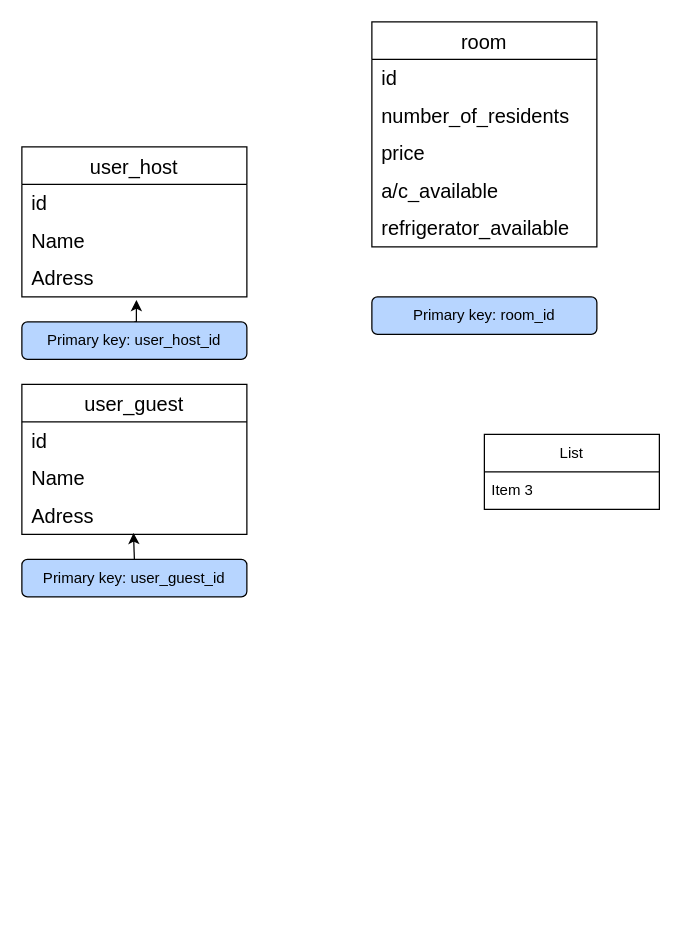
Above: Untitled Diagram.drawio in mtevosian/Python_Projector (draw.io), before the change. Source tidied: cells renumbered, new cells numbered last; positions are measured from the earlier drawing's top-left corner, leaving out a move shared by most shapes. Both pictures are drawn from the tidied source at 125%, with x=0, y=0 at pixel (21, 21).
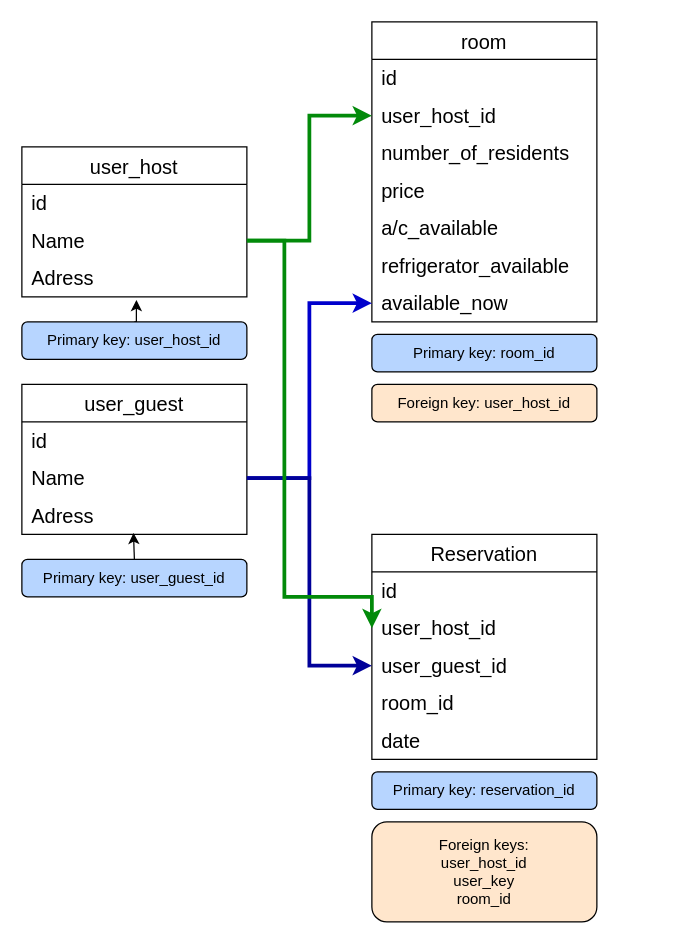
Above is the later version.

Unchanged cells that the change refers to:
```xml
<mxCell id="5" style="shape=tableRow;horizontal=0;startSize=0;swimlaneHead=0;swimlaneBody=0;top=0;left=0;bottom=0;right=0;fillColor=none;points=[[0,0.5],[1,0.5]];portConstraint=eastwest;strokeColor=inherit;fontSize=16;" parent="2" vertex="1">
  <mxGeometry y="60" width="180" height="30" as="geometry" />
</mxCell>
<mxCell id="14" style="shape=tableRow;horizontal=0;startSize=0;swimlaneHead=0;swimlaneBody=0;top=0;left=0;bottom=0;right=0;fillColor=none;points=[[0,0.5],[1,0.5]];portConstraint=eastwest;strokeColor=inherit;fontSize=16;" parent="11" vertex="1">
  <mxGeometry y="60" width="180" height="30" as="geometry" />
</mxCell>
```

Change to the diagram source:
```diff
@@
     <mxCell id="20" value="room" style="shape=table;startSize=30;childLayout=tableLayout;rowLines=0;fontStyle=0;strokeColor=default;fontSize=16;" parent="1" vertex="1">
-      <mxGeometry x="280" width="180" height="180" as="geometry" />
+      <mxGeometry x="280" width="180" height="240" as="geometry" />
     </mxCell>
@@
+    <mxCell id="34" style="shape=tableRow;horizontal=0;startSize=0;swimlaneHead=0;swimlaneBody=0;top=0;left=0;bottom=0;right=0;fillColor=none;points=[[0,0.5],[1,0.5]];portConstraint=eastwest;strokeColor=inherit;fontSize=16;" parent="20" vertex="1">
+      <mxGeometry y="60" width="180" height="30" as="geometry" />
+    </mxCell>
+    <mxCell id="35" value="user_host_id" style="shape=partialRectangle;html=1;whiteSpace=wrap;fillColor=none;top=0;left=0;bottom=0;right=0;align=left;spacingLeft=6;overflow=hidden;strokeColor=inherit;fontSize=16;" parent="34" vertex="1">
+      <mxGeometry width="180" height="30" as="geometry" />
+    </mxCell>
     <mxCell id="23" style="shape=tableRow;horizontal=0;startSize=0;swimlaneHead=0;swimlaneBody=0;top=0;left=0;bottom=0;right=0;fillColor=none;strokeColor=inherit;fontSize=16;" parent="20" vertex="1">
-      <mxGeometry y="60" width="180" height="30" as="geometry" />
+      <mxGeometry y="90" width="180" height="30" as="geometry" />
     </mxCell>
@@
     <mxCell id="25" style="shape=tableRow;horizontal=0;startSize=0;swimlaneHead=0;swimlaneBody=0;top=0;left=0;bottom=0;right=0;fillColor=none;strokeColor=inherit;fontSize=16;" parent="20" vertex="1">
-      <mxGeometry y="90" width="180" height="30" as="geometry" />
+      <mxGeometry y="120" width="180" height="30" as="geometry" />
     </mxCell>
@@
     <mxCell id="27" style="shape=tableRow;horizontal=0;startSize=0;swimlaneHead=0;swimlaneBody=0;top=0;left=0;bottom=0;right=0;fillColor=none;strokeColor=inherit;fontSize=16;" parent="20" vertex="1">
-      <mxGeometry y="120" width="180" height="30" as="geometry" />
+      <mxGeometry y="150" width="180" height="30" as="geometry" />
     </mxCell>
@@
+    <mxCell id="36" style="shape=tableRow;horizontal=0;startSize=0;swimlaneHead=0;swimlaneBody=0;top=0;left=0;bottom=0;right=0;fillColor=none;strokeColor=inherit;fontSize=16;" parent="20" vertex="1">
+      <mxGeometry y="180" width="180" height="30" as="geometry" />
+    </mxCell>
+    <mxCell id="33" value="refrigerator_available" style="shape=partialRectangle;html=1;whiteSpace=wrap;fillColor=none;top=0;left=0;bottom=0;right=0;align=left;spacingLeft=6;overflow=hidden;strokeColor=inherit;fontSize=16;" parent="36" vertex="1">
+      <mxGeometry width="180" height="30" as="geometry" />
+    </mxCell>
+    <mxCell id="37" style="shape=tableRow;horizontal=0;startSize=0;swimlaneHead=0;swimlaneBody=0;top=0;left=0;bottom=0;right=0;fillColor=none;points=[[0,0.5],[1,0.5]];portConstraint=eastwest;strokeColor=inherit;fontSize=16;" parent="20" vertex="1">
+      <mxGeometry y="210" width="180" height="30" as="geometry" />
+    </mxCell>
+    <mxCell id="38" value="available_now" style="shape=partialRectangle;html=1;whiteSpace=wrap;fillColor=none;top=0;left=0;bottom=0;right=0;align=left;spacingLeft=6;overflow=hidden;strokeColor=inherit;fontSize=16;" parent="37" vertex="1">
+      <mxGeometry width="180" height="30" as="geometry" />
+    </mxCell>
-    <mxCell id="29" value="Primary key: room_id" style="rounded=1;whiteSpace=wrap;html=1;fillColor=#B7D5FF;" parent="1" vertex="1">
-      <mxGeometry x="280" y="220" width="180" height="30" as="geometry" />
+    <mxCell id="29" value="Foreign key: user_host_id" style="rounded=1;whiteSpace=wrap;html=1;fillColor=#FFE6CC;" parent="1" vertex="1">
+      <mxGeometry x="280" y="290" width="180" height="30" as="geometry" />
     </mxCell>
-    <mxCell id="30" value="List" style="swimlane;fontStyle=0;horizontal=1;startSize=30;whiteSpace=wrap;html=1;" parent="1" vertex="1">
-      <mxGeometry x="370" y="330" width="140" height="60" as="geometry" />
-    </mxCell>
-    <mxCell id="31" value="Item 3" style="text;strokeColor=none;fillColor=none;align=left;verticalAlign=middle;spacingLeft=4;spacingRight=4;overflow=hidden;whiteSpace=wrap;html=1;" parent="30" vertex="1">
-      <mxGeometry y="30" width="140" height="30" as="geometry" />
-    </mxCell>
@@
-    <mxCell id="33" value="refrigerator_available" style="shape=partialRectangle;html=1;whiteSpace=wrap;fillColor=none;top=0;left=0;bottom=0;right=0;align=left;spacingLeft=6;overflow=hidden;strokeColor=inherit;fontSize=16;" parent="1" vertex="1">
-      <mxGeometry x="280" y="150" width="180" height="30" as="geometry" />
-    </mxCell>
+    <mxCell id="39" style="edgeStyle=orthogonalEdgeStyle;rounded=0;jettySize=auto;html=1;exitX=1;exitY=0.5;exitDx=0;exitDy=0;entryX=0;entryY=0.5;entryDx=0;entryDy=0;strokeColor=#028A0A;strokeWidth=3;" parent="1" edge="1" source="5" target="34">
+      <mxGeometry relative="1" as="geometry" />
+    </mxCell>
+    <mxCell id="40" style="edgeStyle=orthogonalEdgeStyle;rounded=0;jettySize=auto;html=1;entryX=0;entryY=0.5;entryDx=0;entryDy=0;strokeColor=#0000CC;strokeWidth=3;" parent="1" edge="1" source="14" target="37">
+      <mxGeometry relative="1" as="geometry" />
+    </mxCell>
+    <mxCell id="41" value="Primary key: room_id" style="rounded=1;whiteSpace=wrap;html=1;fillColor=#B7D5FF;" parent="1" vertex="1">
+      <mxGeometry x="280" y="250" width="180" height="30" as="geometry" />
+    </mxCell>
+    <mxCell id="42" value="Reservation" style="shape=table;startSize=30;childLayout=tableLayout;rowLines=0;fontStyle=0;strokeColor=default;fontSize=16;" parent="1" vertex="1">
+      <mxGeometry x="280" y="410" width="180" height="180" as="geometry" />
+    </mxCell>
+    <mxCell id="43" style="shape=tableRow;horizontal=0;startSize=0;swimlaneHead=0;swimlaneBody=0;top=0;left=0;bottom=0;right=0;fillColor=none;strokeColor=inherit;fontSize=16;" parent="42" vertex="1">
+      <mxGeometry y="30" width="180" height="30" as="geometry" />
+    </mxCell>
+    <mxCell id="44" value="id" style="shape=partialRectangle;html=1;whiteSpace=wrap;fillColor=none;top=0;left=0;bottom=0;right=0;align=left;spacingLeft=6;overflow=hidden;strokeColor=inherit;fontSize=16;" parent="43" vertex="1">
+      <mxGeometry width="180" height="30" as="geometry" />
+    </mxCell>
+    <mxCell id="45" style="shape=tableRow;horizontal=0;startSize=0;swimlaneHead=0;swimlaneBody=0;top=0;left=0;bottom=0;right=0;fillColor=none;points=[[0,0.5],[1,0.5]];portConstraint=eastwest;strokeColor=inherit;fontSize=16;" parent="42" vertex="1">
+      <mxGeometry y="60" width="180" height="30" as="geometry" />
+    </mxCell>
+    <mxCell id="46" value="user_host_id" style="shape=partialRectangle;html=1;whiteSpace=wrap;fillColor=none;top=0;left=0;bottom=0;right=0;align=left;spacingLeft=6;overflow=hidden;strokeColor=inherit;fontSize=16;" parent="45" vertex="1">
+      <mxGeometry width="180" height="30" as="geometry" />
+    </mxCell>
+    <mxCell id="47" style="shape=tableRow;horizontal=0;startSize=0;swimlaneHead=0;swimlaneBody=0;top=0;left=0;bottom=0;right=0;fillColor=none;points=[[0,0.5],[1,0.5]];portConstraint=eastwest;strokeColor=inherit;fontSize=16;" parent="42" vertex="1">
+      <mxGeometry y="90" width="180" height="30" as="geometry" />
+    </mxCell>
+    <mxCell id="48" value="user_guest_id" style="shape=partialRectangle;html=1;whiteSpace=wrap;fillColor=none;top=0;left=0;bottom=0;right=0;align=left;spacingLeft=6;overflow=hidden;strokeColor=inherit;fontSize=16;" parent="47" vertex="1">
+      <mxGeometry width="180" height="30" as="geometry" />
+    </mxCell>
+    <mxCell id="49" style="shape=tableRow;horizontal=0;startSize=0;swimlaneHead=0;swimlaneBody=0;top=0;left=0;bottom=0;right=0;fillColor=none;strokeColor=inherit;fontSize=16;" parent="42" vertex="1">
+      <mxGeometry y="120" width="180" height="30" as="geometry" />
+    </mxCell>
+    <mxCell id="50" value="room_id" style="shape=partialRectangle;html=1;whiteSpace=wrap;fillColor=none;top=0;left=0;bottom=0;right=0;align=left;spacingLeft=6;overflow=hidden;strokeColor=inherit;fontSize=16;" parent="49" vertex="1">
+      <mxGeometry width="180" height="30" as="geometry" />
+    </mxCell>
+    <mxCell id="51" style="shape=tableRow;horizontal=0;startSize=0;swimlaneHead=0;swimlaneBody=0;top=0;left=0;bottom=0;right=0;fillColor=none;strokeColor=inherit;fontSize=16;" parent="42" vertex="1">
+      <mxGeometry y="150" width="180" height="30" as="geometry" />
+    </mxCell>
+    <mxCell id="52" value="date" style="shape=partialRectangle;html=1;whiteSpace=wrap;fillColor=none;top=0;left=0;bottom=0;right=0;align=left;spacingLeft=6;overflow=hidden;strokeColor=inherit;fontSize=16;" parent="51" vertex="1">
+      <mxGeometry width="180" height="30" as="geometry" />
+    </mxCell>
+    <mxCell id="53" value="Foreign keys: &lt;br&gt;user_host_id&lt;br&gt;user_key&lt;br&gt;room_id" style="rounded=1;whiteSpace=wrap;html=1;fillColor=#FFE6CC;" parent="1" vertex="1">
+      <mxGeometry x="280" y="640" width="180" height="80" as="geometry" />
+    </mxCell>
+    <mxCell id="54" value="Primary key: reservation_id" style="rounded=1;whiteSpace=wrap;html=1;fillColor=#B7D5FF;" parent="1" vertex="1">
+      <mxGeometry x="280" y="600" width="180" height="30" as="geometry" />
+    </mxCell>
+    <mxCell id="55" style="edgeStyle=orthogonalEdgeStyle;rounded=0;jettySize=auto;html=1;exitX=1;exitY=0.5;exitDx=0;exitDy=0;entryX=0;entryY=0.5;entryDx=0;entryDy=0;strokeColor=#000099;spacing=2;strokeWidth=3;" parent="1" edge="1" source="14" target="47">
+      <mxGeometry relative="1" as="geometry" />
+    </mxCell>
+    <mxCell id="56" style="edgeStyle=orthogonalEdgeStyle;rounded=0;jettySize=auto;html=1;exitX=1;exitY=0.5;exitDx=0;exitDy=0;entryX=0;entryY=0.5;entryDx=0;entryDy=0;strokeColor=#028A0A;strokeWidth=3;" parent="1" edge="1" source="5" target="45">
+      <mxGeometry relative="1" as="geometry">
+        <Array as="points">
+          <mxPoint x="210" y="175" />
+          <mxPoint x="210" y="460" />
+          <mxPoint x="280" y="460" />
+        </Array>
+      </mxGeometry>
+    </mxCell>
```
